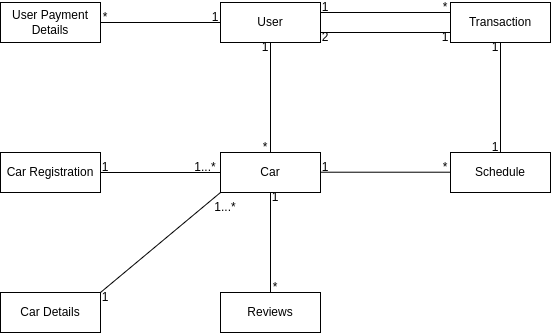
Earlier version of the draw.io export docs/EntityRelationshipDiagram.drawio.png (514sh/sulong). Source tidied: cells renumbered, new cells last; positions are measured from the earlier drawing's top-left corner, leaving out a move shared by most shapes.
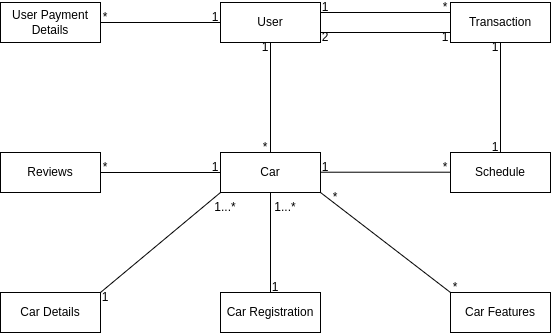
After the commit.

What changed in the source:
```diff
@@ -8,7 +8,7 @@
     <mxCell id="3" value="Car" style="whiteSpace=wrap;html=1;align=center;" parent="1" vertex="1">
       <mxGeometry x="220" y="150" width="100" height="40" as="geometry" />
     </mxCell>
-    <mxCell id="4" value="Reviews&lt;br&gt;" style="whiteSpace=wrap;html=1;align=center;" parent="1" vertex="1">
+    <mxCell id="4" value="Car Registration" style="whiteSpace=wrap;html=1;align=center;" parent="1" vertex="1">
       <mxGeometry x="220" y="290" width="100" height="40" as="geometry" />
     </mxCell>
     <mxCell id="5" value="Transaction&lt;br&gt;" style="whiteSpace=wrap;html=1;align=center;" parent="1" vertex="1">
@@ -23,7 +23,7 @@
     <mxCell id="8" value="User Payment Details" style="whiteSpace=wrap;html=1;align=center;" parent="1" vertex="1">
       <mxGeometry width="100" height="40" as="geometry" />
     </mxCell>
-    <mxCell id="9" value="Car Registration" style="whiteSpace=wrap;html=1;align=center;" parent="1" vertex="1">
+    <mxCell id="9" value="Reviews" style="whiteSpace=wrap;html=1;align=center;" parent="1" vertex="1">
       <mxGeometry y="150" width="100" height="40" as="geometry" />
     </mxCell>
     <mxCell id="10" style="endArrow=none;html=1;rounded=0;entryX=0;entryY=0.5;entryDx=0;entryDy=0;exitX=1;exitY=0.5;exitDx=0;exitDy=0;" parent="1" edge="1" source="8" target="2">
@@ -89,16 +89,16 @@
     <mxCell id="28" value="1" style="text;strokeColor=none;align=center;fillColor=none;html=1;verticalAlign=middle;whiteSpace=wrap;rounded=0;" parent="1" vertex="1">
       <mxGeometry x="490" y="140" width="10" height="10" as="geometry" />
     </mxCell>
-    <mxCell id="29" value="1" style="text;strokeColor=none;align=center;fillColor=none;html=1;verticalAlign=middle;whiteSpace=wrap;rounded=0;" parent="1" vertex="1">
-      <mxGeometry x="270" y="190" width="10" height="10" as="geometry" />
+    <mxCell id="29" value="1...*" style="text;strokeColor=none;align=center;fillColor=none;html=1;verticalAlign=middle;whiteSpace=wrap;rounded=0;" parent="1" vertex="1">
+      <mxGeometry x="280" y="200" width="10" height="10" as="geometry" />
     </mxCell>
-    <mxCell id="30" value="*" style="text;strokeColor=none;align=center;fillColor=none;html=1;verticalAlign=middle;whiteSpace=wrap;rounded=0;" parent="1" vertex="1">
+    <mxCell id="30" value="1" style="text;strokeColor=none;align=center;fillColor=none;html=1;verticalAlign=middle;whiteSpace=wrap;rounded=0;" parent="1" vertex="1">
       <mxGeometry x="270" y="280" width="10" height="10" as="geometry" />
     </mxCell>
-    <mxCell id="31" value="1...*" style="text;strokeColor=none;align=center;fillColor=none;html=1;verticalAlign=middle;whiteSpace=wrap;rounded=0;" parent="1" vertex="1">
-      <mxGeometry x="200" y="160" width="10" height="10" as="geometry" />
+    <mxCell id="31" value="1" style="text;strokeColor=none;align=center;fillColor=none;html=1;verticalAlign=middle;whiteSpace=wrap;rounded=0;" parent="1" vertex="1">
+      <mxGeometry x="210" y="160" width="10" height="10" as="geometry" />
     </mxCell>
-    <mxCell id="32" value="1" style="text;strokeColor=none;align=center;fillColor=none;html=1;verticalAlign=middle;whiteSpace=wrap;rounded=0;" parent="1" vertex="1">
+    <mxCell id="32" value="*" style="text;strokeColor=none;align=center;fillColor=none;html=1;verticalAlign=middle;whiteSpace=wrap;rounded=0;" parent="1" vertex="1">
       <mxGeometry x="100" y="160" width="10" height="10" as="geometry" />
     </mxCell>
     <mxCell id="33" value="1...*" style="text;strokeColor=none;align=center;fillColor=none;html=1;verticalAlign=middle;whiteSpace=wrap;rounded=0;" parent="1" vertex="1">
@@ -113,5 +113,17 @@
     <mxCell id="36" value="*" style="text;strokeColor=none;align=center;fillColor=none;html=1;verticalAlign=middle;whiteSpace=wrap;rounded=0;" parent="1" vertex="1">
       <mxGeometry x="440" y="160" width="10" height="10" as="geometry" />
     </mxCell>
+    <mxCell id="37" value="Car Features" style="whiteSpace=wrap;html=1;align=center;" parent="1" vertex="1">
+      <mxGeometry x="450" y="290" width="100" height="40" as="geometry" />
+    </mxCell>
+    <mxCell id="38" style="endArrow=none;html=1;rounded=0;exitX=1;exitY=1;exitDx=0;exitDy=0;entryX=0;entryY=0;entryDx=0;entryDy=0;" parent="1" edge="1" source="3" target="37">
+      <mxGeometry relative="1" as="geometry" />
+    </mxCell>
+    <mxCell id="39" value="*" style="text;strokeColor=none;align=center;fillColor=none;html=1;verticalAlign=middle;whiteSpace=wrap;rounded=0;" parent="1" vertex="1">
+      <mxGeometry x="330" y="190" width="10" height="10" as="geometry" />
+    </mxCell>
+    <mxCell id="40" value="*" style="text;strokeColor=none;align=center;fillColor=none;html=1;verticalAlign=middle;whiteSpace=wrap;rounded=0;" parent="1" vertex="1">
+      <mxGeometry x="450" y="280" width="10" height="10" as="geometry" />
+    </mxCell>
   </root>
 </mxGraphModel>
```
